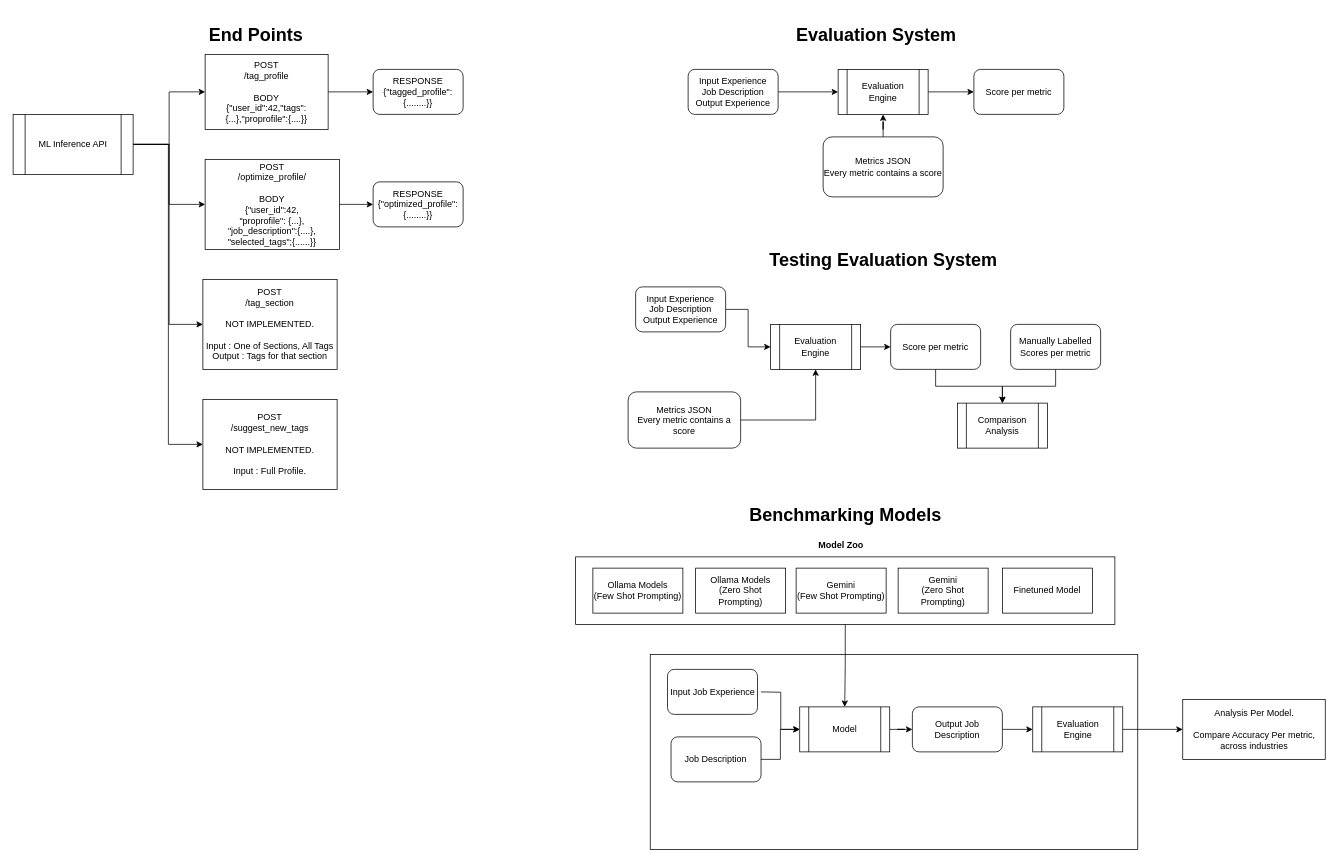
The draw.io diagram ML_Systems.drawio in wereign/rizzume_ml, before the edit. Source tidied: cells renumbered, new cells numbered last; positions are measured from the earlier drawing's top-left corner, leaving out a move shared by most shapes. Both pictures are drawn from the tidied source at 75%, with x=0, y=0 at pixel (13, 24).
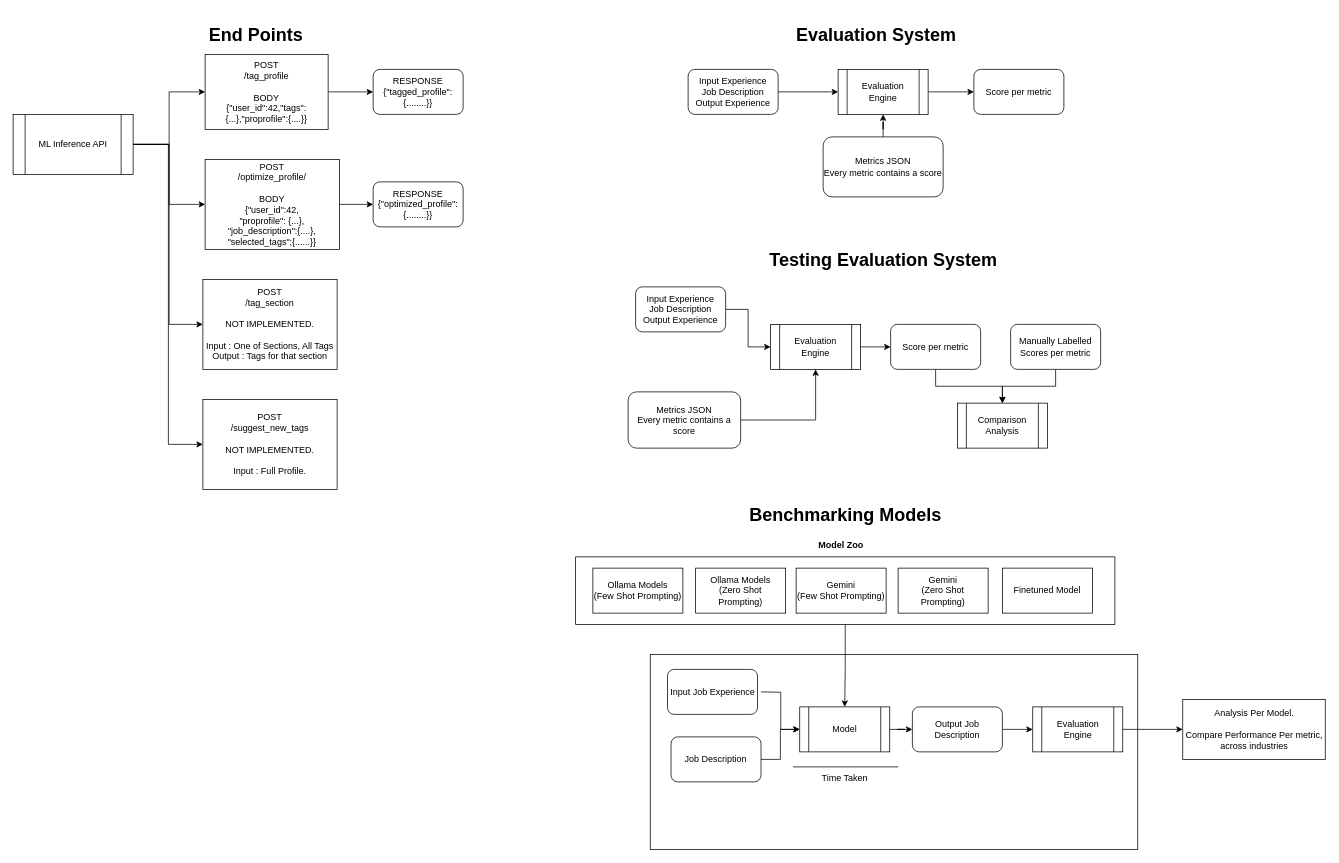
Above is the later version.

The change refers to these unchanged cells:
```xml
<mxCell id="2" style="rounded=0;whiteSpace=wrap;html=1;" parent="1" vertex="1">
  <mxGeometry x="849.5" y="840" width="650" height="260" as="geometry" />
</mxCell>
```

Change to the diagram source:
```diff
@@
-    <mxCell id="56" value="Analysis Per Model.&lt;div&gt;&lt;br&gt;&lt;/div&gt;&lt;div&gt;Compare Accuracy Per metric, across industries&lt;/div&gt;" style="whiteSpace=wrap;html=1;" parent="1" vertex="1">
+    <mxCell id="56" value="Analysis Per Model.&lt;div&gt;&lt;br&gt;&lt;/div&gt;&lt;div&gt;Compare Performance Per metric, across industries&lt;/div&gt;" style="whiteSpace=wrap;html=1;" parent="1" vertex="1">
       <mxGeometry x="1559.5" y="900" width="190" height="80" as="geometry" />
     </mxCell>
+    <mxCell id="57" style="endArrow=none;html=1;rounded=0;exitX=0.293;exitY=0.577;exitDx=0;exitDy=0;exitPerimeter=0;" parent="1" edge="1" source="2">
+      <mxGeometry relative="1" as="geometry">
+        <mxPoint x="1180" y="990" as="targetPoint" />
+      </mxGeometry>
+    </mxCell>
+    <mxCell id="58" value="Time Taken" style="text;html=1;align=center;verticalAlign=middle;whiteSpace=wrap;rounded=0;" parent="1" vertex="1">
+      <mxGeometry x="1063.8" y="990" width="90" height="30" as="geometry" />
+    </mxCell>
```
